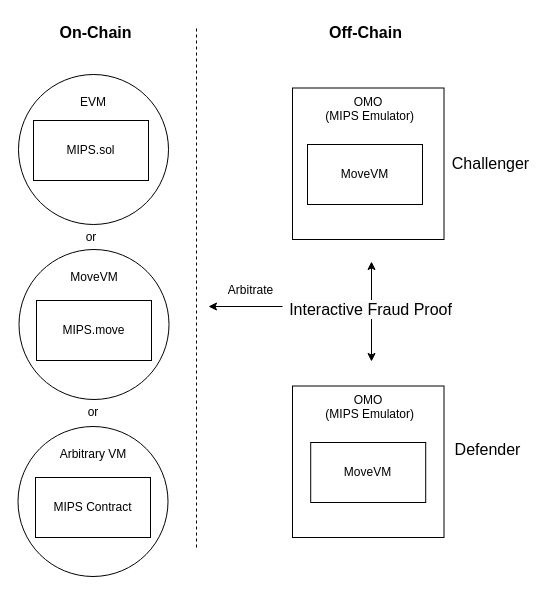
Earlier version of the draw.io diagram page "flexemu" (2 of 10) of docs/website/public/docs/rooch-design.drawio (rooch-network/rooch). Source tidied: cells renumbered, new cells numbered last; positions are measured from the earlier drawing's top-left corner, leaving out a move shared by most shapes. Both pictures are drawn from the tidied source at 100%, with x=0, y=0 at pixel (18, 17).
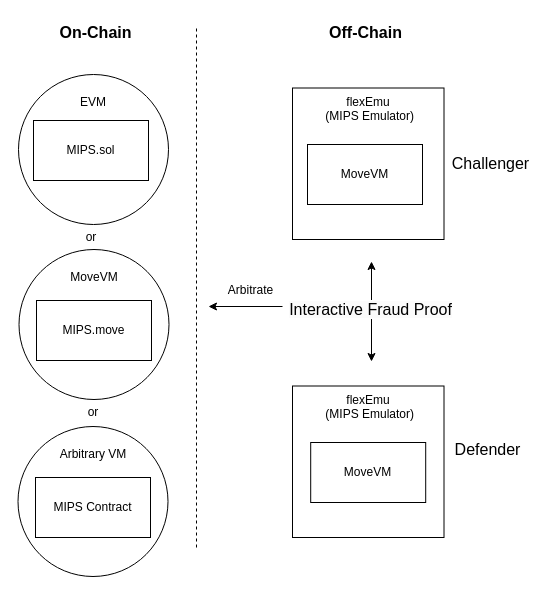
The same page after the edit.

Diff of the diagram source:
```diff
@@
-    <mxCell id="2" value="OMO&lt;br&gt;&amp;nbsp;(MIPS Emulator)" style="whiteSpace=wrap;html=1;verticalAlign=top;" parent="1" vertex="1">
+    <mxCell id="2" value="flexEmu&lt;br&gt;&amp;nbsp;(MIPS Emulator)" style="whiteSpace=wrap;html=1;verticalAlign=top;" parent="1" vertex="1">
       <mxGeometry x="274" y="70.5" width="151.5" height="151.5" as="geometry" />
     </mxCell>
@@
-    <mxCell id="22" value="OMO&lt;br&gt;&amp;nbsp;(MIPS Emulator)" style="whiteSpace=wrap;html=1;verticalAlign=top;" parent="1" vertex="1">
+    <mxCell id="22" value="flexEmu&lt;br&gt;&amp;nbsp;(MIPS Emulator)" style="whiteSpace=wrap;html=1;verticalAlign=top;" parent="1" vertex="1">
       <mxGeometry x="274" y="368.5" width="151.5" height="151.5" as="geometry" />
     </mxCell>
```
